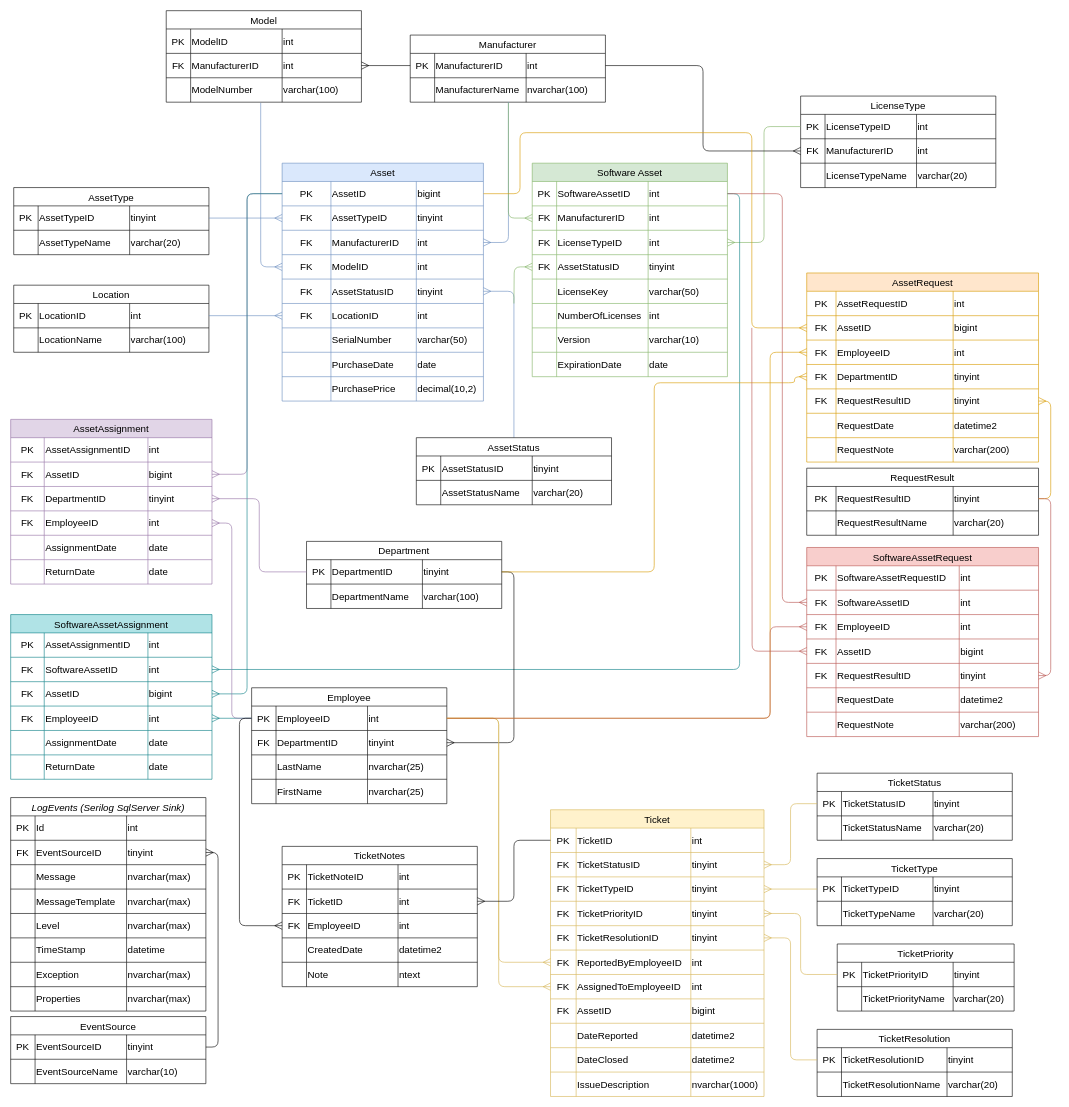
The draw.io diagram Wireframes/ERD.drawio in TRed91/ITAssetTracking, before the edit. Source tidied: cells renumbered, new cells numbered last; positions are measured from the earlier drawing's top-left corner, leaving out a move shared by most shapes. Both pictures are drawn from the tidied source at 61%, with x=0, y=0 at pixel (10, 10).
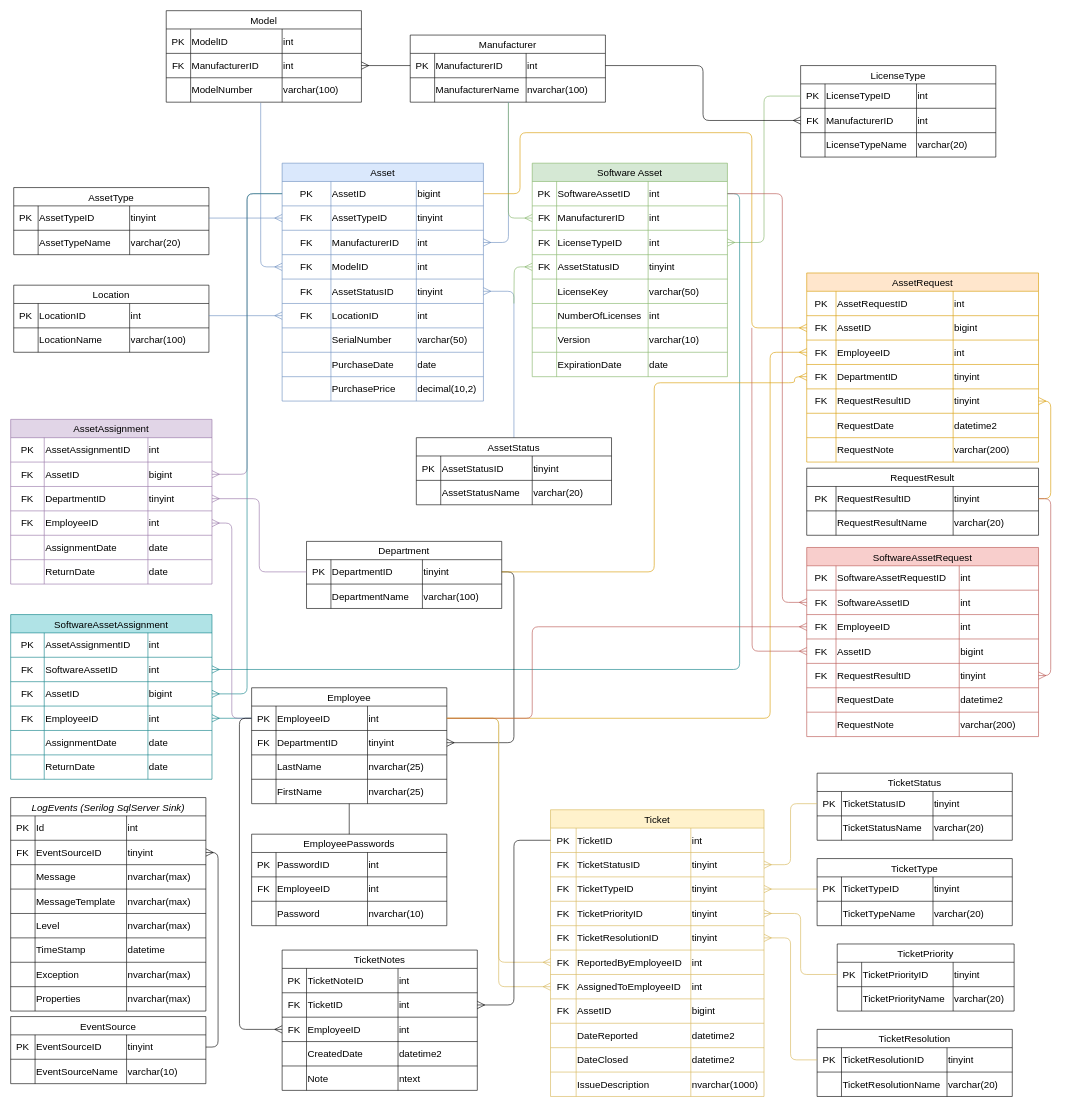
The same page after the edit.

Unchanged cells that the change refers to:
```xml
<mxCell id="208" style="shape=tableRow;horizontal=0;startSize=0;swimlaneHead=0;swimlaneBody=0;strokeColor=inherit;top=0;left=0;bottom=0;right=0;fillColor=none;points=[[0,0.5],[1,0.5]];portConstraint=eastwest;fontSize=16;" parent="207" vertex="1">
  <mxGeometry y="30" width="320" height="40" as="geometry" />
</mxCell>
<mxCell id="220" style="shape=tableRow;horizontal=0;startSize=0;swimlaneHead=0;swimlaneBody=0;strokeColor=inherit;top=0;left=0;bottom=0;right=0;fillColor=none;points=[[0,0.5],[1,0.5]];portConstraint=eastwest;fontSize=16;" parent="207" vertex="1">
  <mxGeometry y="150" width="320" height="40" as="geometry" />
</mxCell>
<mxCell id="346" style="shape=tableRow;horizontal=0;startSize=0;swimlaneHead=0;swimlaneBody=0;strokeColor=inherit;top=0;left=0;bottom=0;right=0;fillColor=none;points=[[0,0.5],[1,0.5]];portConstraint=eastwest;fontSize=16;" parent="337" vertex="1">
  <mxGeometry y="110" width="380" height="40" as="geometry" />
</mxCell>
<mxCell id="385" style="shape=tableRow;horizontal=0;startSize=0;swimlaneHead=0;swimlaneBody=0;strokeColor=inherit;top=0;left=0;bottom=0;right=0;fillColor=none;points=[[0,0.5],[1,0.5]];portConstraint=eastwest;fontSize=16;" parent="376" vertex="1">
  <mxGeometry y="110" width="380" height="40" as="geometry" />
</mxCell>
```

What changed in the source:
```diff
@@
     <mxCell id="129" value="LicenseType" style="shape=table;startSize=30;childLayout=tableLayout;strokeColor=default;fontSize=16;" parent="1" vertex="1">
-      <mxGeometry x="1295" y="140" width="320" height="150" as="geometry" />
+      <mxGeometry x="1295" y="90" width="320" height="150" as="geometry" />
     </mxCell>
@@
     <mxCell id="314" value="TicketNotes" style="shape=table;startSize=30;childLayout=tableLayout;strokeColor=default;fontSize=16;" parent="1" vertex="1">
-      <mxGeometry x="445" y="1370" width="320" height="230" as="geometry" />
+      <mxGeometry x="445" y="1540" width="320" height="230" as="geometry" />
     </mxCell>
@@
-    <mxCell id="407" style="edgeStyle=orthogonalEdgeStyle;rounded=1;jettySize=auto;html=1;exitX=0;exitY=0.5;exitDx=0;exitDy=0;entryX=1;entryY=0.5;entryDx=0;entryDy=0;curved=0;endArrow=none;startFill=0;startArrow=ERmany;startSize=10;fillColor=#ffe6cc;strokeColor=#d79b00;" parent="1" edge="1" source="346" target="208">
+    <mxCell id="407" style="edgeStyle=orthogonalEdgeStyle;rounded=1;jettySize=auto;html=1;exitX=0;exitY=0.5;exitDx=0;exitDy=0;curved=0;endArrow=none;startFill=0;startArrow=ERmany;startSize=10;fillColor=#ffe6cc;strokeColor=#d79b00;entryX=1;entryY=0.5;entryDx=0;entryDy=0;" parent="1" edge="1" source="346" target="208">
       <mxGeometry relative="1" as="geometry">
         <Array as="points">
           <mxPoint x="1245" y="560" />
           <mxPoint x="1245" y="1160" />
         </Array>
       </mxGeometry>
     </mxCell>
@@
     <mxCell id="410" style="edgeStyle=orthogonalEdgeStyle;rounded=1;jettySize=auto;html=1;exitX=1;exitY=0.5;exitDx=0;exitDy=0;entryX=0;entryY=0.5;entryDx=0;entryDy=0;curved=0;endArrow=ERmany;startFill=0;startArrow=none;startSize=10;endFill=0;endSize=10;fillColor=#f8cecc;strokeColor=#b85450;" parent="1" edge="1" source="208" target="385">
       <mxGeometry relative="1" as="geometry">
         <Array as="points">
-          <mxPoint x="1245" y="1160" />
-          <mxPoint x="1245" y="1010" />
+          <mxPoint x="855" y="1160" />
+          <mxPoint x="855" y="1010" />
         </Array>
       </mxGeometry>
     </mxCell>
@@
+    <mxCell id="455" value="EmployeePasswords" style="shape=table;startSize=30;childLayout=tableLayout;strokeColor=default;fontSize=16;" parent="1" vertex="1">
+      <mxGeometry x="395" y="1350" width="320" height="150" as="geometry" />
+    </mxCell>
+    <mxCell id="456" style="shape=tableRow;horizontal=0;startSize=0;swimlaneHead=0;swimlaneBody=0;strokeColor=inherit;top=0;left=0;bottom=0;right=0;fillColor=none;fontSize=16;" parent="455" vertex="1">
+      <mxGeometry y="30" width="320" height="40" as="geometry" />
+    </mxCell>
+    <mxCell id="457" value="PK" style="shape=partialRectangle;html=1;whiteSpace=wrap;strokeColor=inherit;overflow=hidden;fillColor=none;top=0;left=0;bottom=0;right=0;fontSize=16;" parent="456" vertex="1">
+      <mxGeometry width="40" height="40" as="geometry" />
+    </mxCell>
+    <mxCell id="458" value="PasswordID" style="shape=partialRectangle;html=1;whiteSpace=wrap;strokeColor=inherit;overflow=hidden;fillColor=none;top=0;left=0;bottom=0;right=0;fontSize=16;align=left;" parent="456" vertex="1">
+      <mxGeometry x="40" width="150" height="40" as="geometry" />
+    </mxCell>
+    <mxCell id="459" value="int" style="shape=partialRectangle;html=1;whiteSpace=wrap;strokeColor=inherit;overflow=hidden;fillColor=none;top=0;left=0;bottom=0;right=0;fontSize=16;align=left;" parent="456" vertex="1">
+      <mxGeometry x="190" width="130" height="40" as="geometry" />
+    </mxCell>
+    <mxCell id="460" style="shape=tableRow;horizontal=0;startSize=0;swimlaneHead=0;swimlaneBody=0;strokeColor=inherit;top=0;left=0;bottom=0;right=0;fillColor=none;fontSize=16;" parent="455" vertex="1">
+      <mxGeometry y="70" width="320" height="40" as="geometry" />
+    </mxCell>
+    <mxCell id="461" value="FK" style="shape=partialRectangle;html=1;whiteSpace=wrap;strokeColor=inherit;overflow=hidden;fillColor=none;top=0;left=0;bottom=0;right=0;fontSize=16;" parent="460" vertex="1">
+      <mxGeometry width="40" height="40" as="geometry" />
+    </mxCell>
+    <mxCell id="462" value="EmployeeID" style="shape=partialRectangle;html=1;whiteSpace=wrap;strokeColor=inherit;overflow=hidden;fillColor=none;top=0;left=0;bottom=0;right=0;fontSize=16;align=left;" parent="460" vertex="1">
+      <mxGeometry x="40" width="150" height="40" as="geometry" />
+    </mxCell>
+    <mxCell id="463" value="int" style="shape=partialRectangle;html=1;whiteSpace=wrap;strokeColor=inherit;overflow=hidden;fillColor=none;top=0;left=0;bottom=0;right=0;fontSize=16;align=left;" parent="460" vertex="1">
+      <mxGeometry x="190" width="130" height="40" as="geometry" />
+    </mxCell>
+    <mxCell id="464" style="shape=tableRow;horizontal=0;startSize=0;swimlaneHead=0;swimlaneBody=0;strokeColor=inherit;top=0;left=0;bottom=0;right=0;fillColor=none;fontSize=16;" parent="455" vertex="1">
+      <mxGeometry y="110" width="320" height="40" as="geometry" />
+    </mxCell>
+    <mxCell id="465" style="shape=partialRectangle;html=1;whiteSpace=wrap;strokeColor=inherit;overflow=hidden;fillColor=none;top=0;left=0;bottom=0;right=0;fontSize=16;" parent="464" vertex="1">
+      <mxGeometry width="40" height="40" as="geometry" />
+    </mxCell>
+    <mxCell id="466" value="Password" style="shape=partialRectangle;html=1;whiteSpace=wrap;strokeColor=inherit;overflow=hidden;fillColor=none;top=0;left=0;bottom=0;right=0;fontSize=16;align=left;" parent="464" vertex="1">
+      <mxGeometry x="40" width="150" height="40" as="geometry" />
+    </mxCell>
+    <mxCell id="467" value="nvarchar(10)" style="shape=partialRectangle;html=1;whiteSpace=wrap;strokeColor=inherit;overflow=hidden;fillColor=none;top=0;left=0;bottom=0;right=0;fontSize=16;align=left;" parent="464" vertex="1">
+      <mxGeometry x="190" width="130" height="40" as="geometry" />
+    </mxCell>
+    <mxCell id="468" style="edgeStyle=orthogonalEdgeStyle;rounded=0;jettySize=auto;html=1;exitX=0.5;exitY=0;exitDx=0;exitDy=0;entryX=0.5;entryY=1;entryDx=0;entryDy=0;entryPerimeter=0;endArrow=none;startFill=0;" parent="1" edge="1" source="455" target="220">
+      <mxGeometry relative="1" as="geometry" />
+    </mxCell>
```
